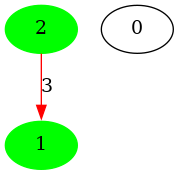
Earlier version of the Graphviz export algorithm_visualizer/src/save/tmp/dicgraph.png (Les-Alchimistes-Labs/AlgorithmVisualizer). Its source is kept beside it as algorithm_visualizer/src/save/tmp/dicgraph.dot.
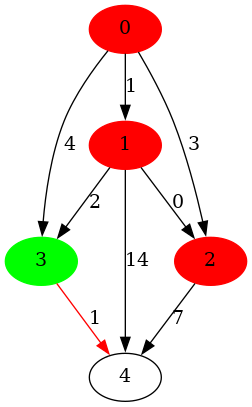
The same file after the commit.

Change to the diagram source:
```diff
@@ -1,6 +1,15 @@
-digraph dicgraph { // 3
-n2->n1 [label = 3 ,color = red] // 2 1 3
-n0 [label="0"]
-n1 [label="1", style = filled , color = green ]
-n2 [label="2", style = filled , color = green ]
+digraph dicgraph { // 5
+n0->n1 [label = 1] // 0 1 1
+n0->n2 [label = 3] // 0 2 3
+n0->n3 [label = 4] // 0 3 4
+n1->n2 [label = 0] // 1 2 0
+n1->n3 [label = 2] // 1 3 2
+n1->n4 [label = 14] // 1 4 14
+n2->n4 [label = 7] // 2 4 7
+n3->n4 [label = 1 ,color = red] // 3 4 1
+n0 [label="0", style = filled , color = red ]
+n1 [label="1", style = filled , color = red ]
+n2 [label="2", style = filled , color = red ]
+n3 [label="3", style = filled , color = green ]
+n4 [label="4"]
 }
```
